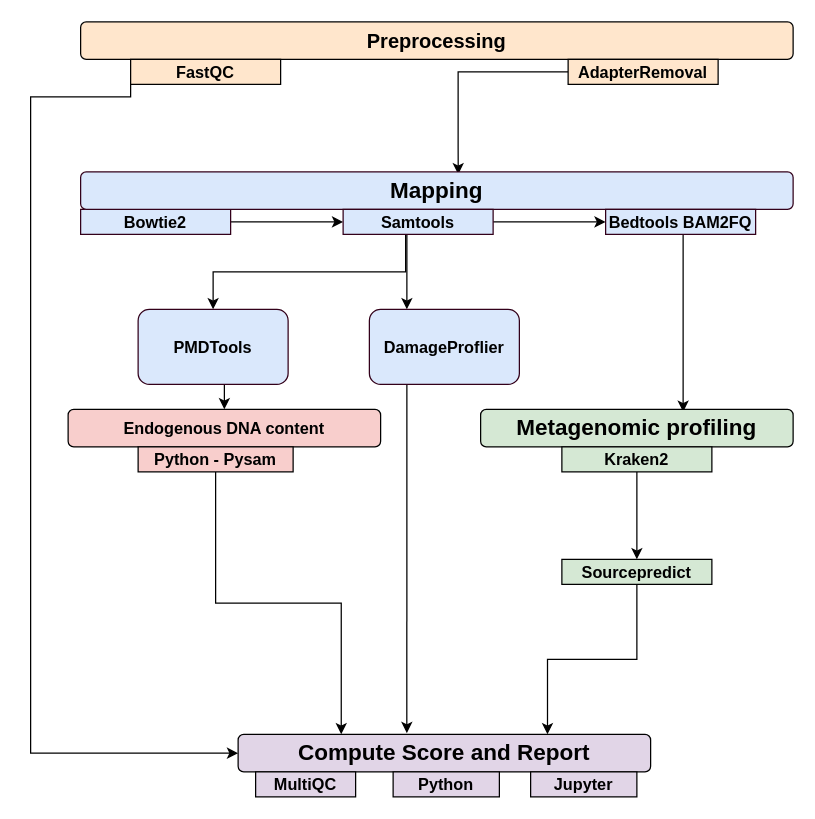
Above: figures/figure1/figure1.drawio in maxibor/coproid-article (draw.io), before the change. Source tidied: cells renumbered, new cells numbered last; positions are measured from the earlier drawing's top-left corner, leaving out a move shared by most shapes. Both pictures are drawn from the tidied source at 125%, with x=0, y=0 at pixel (30, 21).
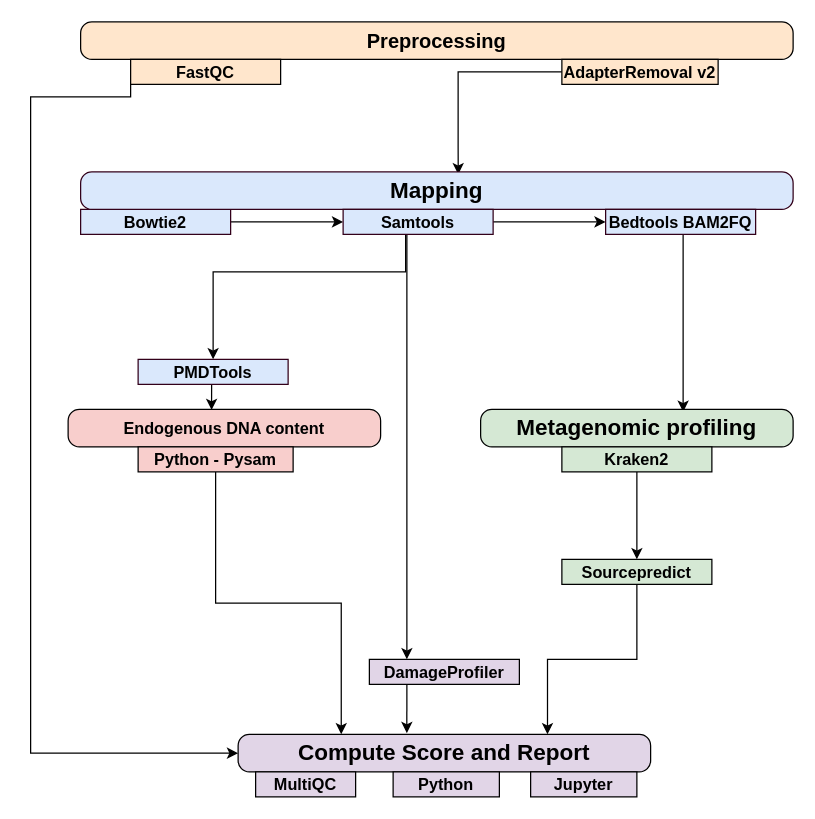
The same page after the edit.

The edit, as a diff of the source:
```diff
@@
-    <mxCell id="2" value="&lt;font style=&quot;font-size: 16px&quot;&gt;Preprocessing&lt;/font&gt;" style="rounded=1;whiteSpace=wrap;fillColor=#ffe6cc;strokeColor=#000000;fontFamily=Helvetica;fontStyle=1;fontSize=13;align=center;html=1;labelBackgroundColor=none;labelBorderColor=none;" parent="1" vertex="1">
+    <mxCell id="2" value="&lt;font style=&quot;font-size: 16px&quot;&gt;Preprocessing&lt;/font&gt;" style="rounded=1;whiteSpace=wrap;fillColor=#ffe6cc;strokeColor=#000000;fontFamily=Helvetica;fontStyle=1;fontSize=13;align=center;html=1;labelBackgroundColor=none;labelBorderColor=none;arcSize=30;" parent="1" vertex="1">
       <mxGeometry x="40" width="570" height="30" as="geometry" />
     </mxCell>
@@
-    <mxCell id="6" value="AdapterRemoval" style="rounded=0;whiteSpace=wrap;fillColor=#ffe6cc;strokeColor=#000000;fontFamily=Helvetica;fontStyle=1;fontSize=13;align=center;html=1;labelBackgroundColor=none;labelBorderColor=none;" parent="1" vertex="1">
-      <mxGeometry x="430" y="30" width="120" height="20" as="geometry" />
+    <mxCell id="6" value="AdapterRemoval v2" style="rounded=0;whiteSpace=wrap;fillColor=#ffe6cc;strokeColor=#000000;fontFamily=Helvetica;fontStyle=1;fontSize=13;align=center;html=1;labelBackgroundColor=none;labelBorderColor=none;" parent="1" vertex="1">
+      <mxGeometry x="425" y="30" width="125" height="20" as="geometry" />
     </mxCell>
-    <mxCell id="7" value="&lt;font style=&quot;font-size: 18px&quot;&gt;Mapping&lt;/font&gt;" style="rounded=1;whiteSpace=wrap;fillColor=#dae8fc;strokeColor=#33001A;fontFamily=Helvetica;fontStyle=1;fontSize=13;align=center;html=1;labelBackgroundColor=none;labelBorderColor=none;" parent="1" vertex="1">
+    <mxCell id="7" value="&lt;font style=&quot;font-size: 18px&quot;&gt;Mapping&lt;/font&gt;" style="rounded=1;whiteSpace=wrap;fillColor=#dae8fc;strokeColor=#33001A;fontFamily=Helvetica;fontStyle=1;fontSize=13;align=center;html=1;labelBackgroundColor=none;labelBorderColor=none;arcSize=30;" parent="1" vertex="1">
       <mxGeometry x="40" y="120" width="570" height="30" as="geometry" />
     </mxCell>
@@
-    <mxCell id="16" style="edgeStyle=orthogonalEdgeStyle;rounded=0;jettySize=auto;entryX=0.5;entryY=0;entryDx=0;entryDy=0;align=center;html=1;labelBackgroundColor=none;labelBorderColor=none;" parent="1" edge="1" source="17" target="19">
+    <mxCell id="16" style="edgeStyle=orthogonalEdgeStyle;rounded=0;jettySize=auto;html=1;exitX=0.5;exitY=1;exitDx=0;exitDy=0;entryX=0.459;entryY=0.015;entryDx=0;entryDy=0;entryPerimeter=0;" parent="1" edge="1" source="17" target="19">
       <mxGeometry relative="1" as="geometry">
         <Array as="points">
-          <mxPoint x="155" y="260" />
+          <mxPoint x="145" y="290" />
         </Array>
       </mxGeometry>
     </mxCell>
-    <mxCell id="17" value="PMDTools" style="rounded=1;whiteSpace=wrap;fillColor=#dae8fc;strokeColor=#33001A;fontFamily=Helvetica;fontStyle=1;fontSize=13;align=center;html=1;labelBackgroundColor=none;labelBorderColor=none;" parent="1" vertex="1">
-      <mxGeometry x="86" y="230" width="120" height="60" as="geometry" />
+    <mxCell id="17" value="PMDTools" style="rounded=0;whiteSpace=wrap;fillColor=#dae8fc;strokeColor=#33001A;fontFamily=Helvetica;fontStyle=1;fontSize=13;align=center;html=1;labelBackgroundColor=none;labelBorderColor=none;" parent="1" vertex="1">
+      <mxGeometry x="86" y="270" width="120" height="20" as="geometry" />
     </mxCell>
-    <mxCell id="18" value="&lt;font style=&quot;font-size: 18px&quot;&gt;Metagenomic profiling&lt;/font&gt;" style="rounded=1;whiteSpace=wrap;fontFamily=Helvetica;fontStyle=1;fontSize=13;align=center;html=1;labelBackgroundColor=none;labelBorderColor=none;fillColor=#d5e8d4;strokeColor=#000000;" parent="1" vertex="1">
+    <mxCell id="18" value="&lt;font style=&quot;font-size: 18px&quot;&gt;Metagenomic profiling&lt;/font&gt;" style="rounded=1;whiteSpace=wrap;fontFamily=Helvetica;fontStyle=1;fontSize=13;align=center;html=1;labelBackgroundColor=none;labelBorderColor=none;fillColor=#d5e8d4;strokeColor=#000000;arcSize=30;" parent="1" vertex="1">
       <mxGeometry x="360" y="310" width="250" height="30" as="geometry" />
     </mxCell>
-    <mxCell id="19" value="Endogenous DNA content" style="rounded=1;whiteSpace=wrap;fillColor=#f8cecc;strokeColor=#000000;fontFamily=Helvetica;fontStyle=1;fontSize=13;align=center;html=1;labelBackgroundColor=none;labelBorderColor=none;" parent="1" vertex="1">
+    <mxCell id="19" value="Endogenous DNA content" style="rounded=1;whiteSpace=wrap;fillColor=#f8cecc;strokeColor=#000000;fontFamily=Helvetica;fontStyle=1;fontSize=13;align=center;html=1;labelBackgroundColor=none;labelBorderColor=none;arcSize=30;" parent="1" vertex="1">
       <mxGeometry x="30" y="310" width="250" height="30" as="geometry" />
     </mxCell>
@@
-    <mxCell id="25" value="DamageProflier" style="rounded=1;whiteSpace=wrap;fillColor=#dae8fc;strokeColor=#33001A;fontFamily=Helvetica;fontStyle=1;fontSize=13;align=center;html=1;labelBackgroundColor=none;labelBorderColor=none;" parent="1" vertex="1">
-      <mxGeometry x="271" y="230" width="120" height="60" as="geometry" />
+    <mxCell id="25" value="DamageProfiler" style="rounded=0;whiteSpace=wrap;fillColor=#e1d5e7;strokeColor=#000000;fontFamily=Helvetica;fontStyle=1;fontSize=13;align=center;html=1;labelBackgroundColor=none;labelBorderColor=none;" parent="1" vertex="1">
+      <mxGeometry x="271" y="510" width="120" height="20" as="geometry" />
     </mxCell>
-    <mxCell id="26" value="Compute Score and Report" style="rounded=1;whiteSpace=wrap;fillColor=#e1d5e7;strokeColor=#000000;fontFamily=Helvetica;fontStyle=1;fontSize=18;align=center;html=1;labelBackgroundColor=none;labelBorderColor=none;" parent="1" vertex="1">
+    <mxCell id="26" value="Compute Score and Report" style="rounded=1;whiteSpace=wrap;fillColor=#e1d5e7;strokeColor=#000000;fontFamily=Helvetica;fontStyle=1;fontSize=18;align=center;html=1;labelBackgroundColor=none;labelBorderColor=none;arcSize=30;" parent="1" vertex="1">
       <mxGeometry x="166" y="570" width="330" height="30" as="geometry" />
     </mxCell>
```
